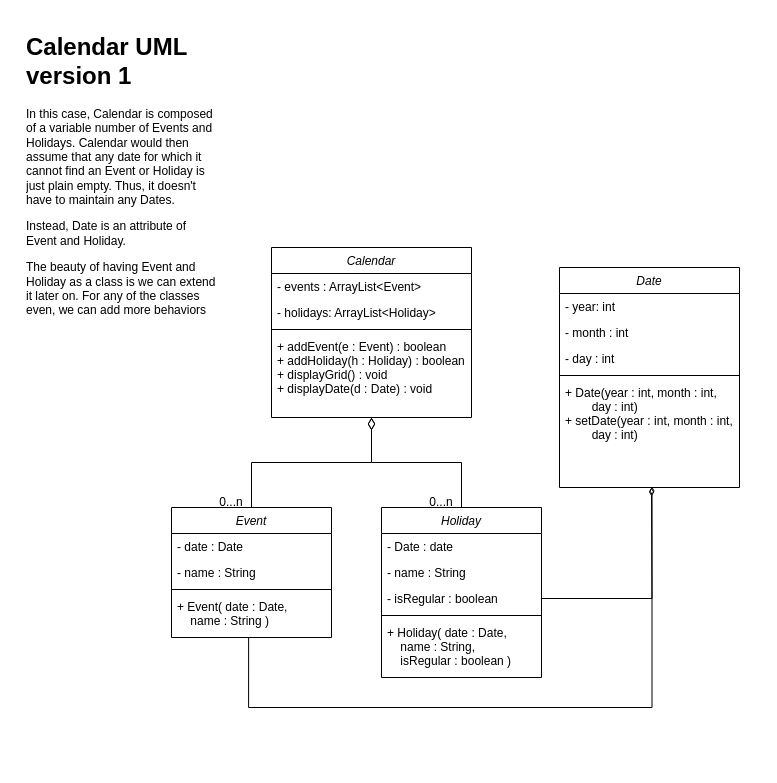
This is Calendar UML v1.drawio from arielampol/S12_Demo, a draw.io file, before an edit. Source tidied: cells renumbered, new cells numbered last; positions are measured from the earlier drawing's top-left corner, leaving out a move shared by most shapes. Both pictures are drawn from the tidied source at 100%, with x=0, y=0 at pixel (21, 27).
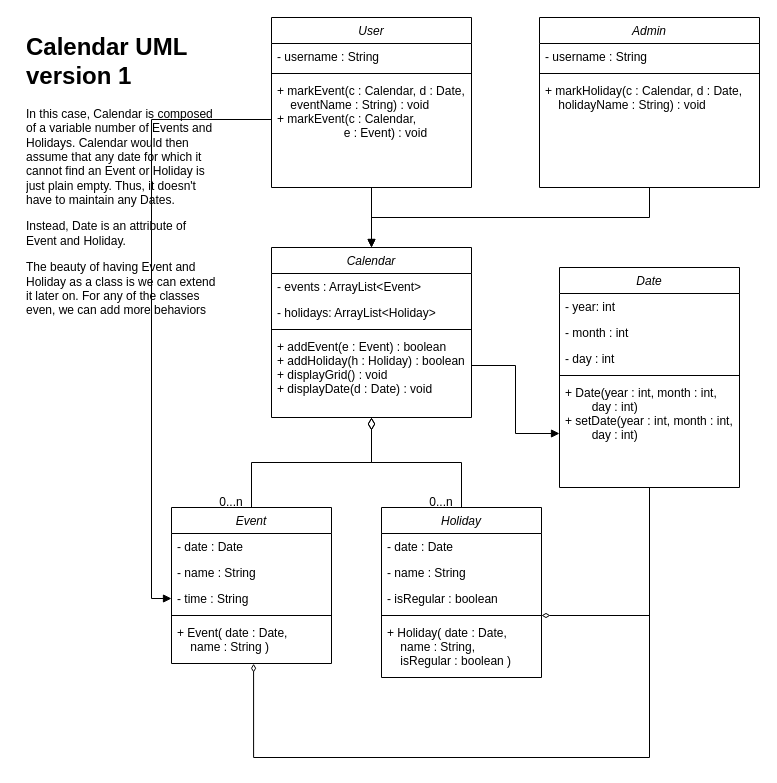
After the change.

The change refers to these unchanged cells:
```xml
<mxCell id="2" value="Calendar" style="swimlane;fontStyle=2;align=center;verticalAlign=top;horizontal=1;startSize=26;rounded=0;shadow=0;strokeWidth=1;" parent="1" vertex="1">
  <mxGeometry x="250" y="220" width="200" height="170" as="geometry" />
</mxCell>
<mxCell id="6" value="+ addEvent(e : Event) : boolean&#10;+ addHoliday(h : Holiday) : boolean&#10;+ displayGrid() : void&#10;+ displayDate(d : Date) : void" style="text;align=left;verticalAlign=top;spacingLeft=4;spacingRight=4;overflow=hidden;points=[[0,0.5],[1,0.5]];portConstraint=eastwest;" parent="2" vertex="1">
  <mxGeometry y="86" width="200" height="64" as="geometry" />
</mxCell>
<mxCell id="13" value="Holiday" style="swimlane;fontStyle=2;align=center;verticalAlign=top;horizontal=1;startSize=26;rounded=0;shadow=0;strokeWidth=1;" parent="1" vertex="1">
  <mxGeometry x="360" y="480" width="160" height="170" as="geometry" />
</mxCell>
<mxCell id="16" value="- isRegular : boolean" style="text;align=left;verticalAlign=top;spacingLeft=4;spacingRight=4;overflow=hidden;points=[[0,0.5],[1,0.5]];portConstraint=eastwest;rounded=0;shadow=0;html=0;" parent="13" vertex="1">
  <mxGeometry y="78" width="160" height="26" as="geometry" />
</mxCell>
<mxCell id="17" style="line;html=1;strokeWidth=1;align=left;verticalAlign=middle;spacingTop=-1;spacingLeft=3;spacingRight=3;labelPosition=right;points=[];portConstraint=eastwest;" parent="13" vertex="1">
  <mxGeometry y="104" width="160" height="8" as="geometry" />
</mxCell>
<mxCell id="20" value="Date" style="swimlane;fontStyle=2;align=center;verticalAlign=top;horizontal=1;startSize=26;rounded=0;shadow=0;strokeWidth=1;" parent="1" vertex="1">
  <mxGeometry x="538" y="240" width="180" height="220" as="geometry" />
</mxCell>
<mxCell id="25" value="+ Date(year : int, month : int,&#10;        day : int)&#10;+ setDate(year : int, month : int,&#10;        day : int)&#10;" style="text;align=left;verticalAlign=top;spacingLeft=4;spacingRight=4;overflow=hidden;points=[[0,0.5],[1,0.5]];portConstraint=eastwest;" parent="20" vertex="1">
  <mxGeometry y="112" width="180" height="108" as="geometry" />
</mxCell>
```

The edit, as a diff of the source:
```diff
@@
     <mxCell id="7" value="Event" style="swimlane;fontStyle=2;align=center;verticalAlign=top;horizontal=1;startSize=26;rounded=0;shadow=0;strokeWidth=1;" parent="1" vertex="1">
-      <mxGeometry x="150" y="480" width="160" height="130" as="geometry" />
+      <mxGeometry x="150" y="480" width="160" height="156" as="geometry" />
     </mxCell>
@@
+    <mxCell id="31" value="- time : String" style="text;align=left;verticalAlign=top;spacingLeft=4;spacingRight=4;overflow=hidden;points=[[0,0.5],[1,0.5]];portConstraint=eastwest;rounded=0;shadow=0;html=0;" parent="7" vertex="1">
+      <mxGeometry y="78" width="160" height="26" as="geometry" />
+    </mxCell>
     <mxCell id="10" style="line;html=1;strokeWidth=1;align=left;verticalAlign=middle;spacingTop=-1;spacingLeft=3;spacingRight=3;labelPosition=right;" parent="7" vertex="1">
-      <mxGeometry y="78" width="160" height="8" as="geometry" />
+      <mxGeometry y="104" width="160" height="8" as="geometry" />
     </mxCell>
     <mxCell id="11" value="+ Event( date : Date,&#10;    name : String )" style="text;align=left;verticalAlign=top;spacingLeft=4;spacingRight=4;overflow=hidden;points=[[0,0.5],[1,0.5]];portConstraint=eastwest;fontStyle=0;" parent="7" vertex="1">
-      <mxGeometry y="86" width="160" height="44" as="geometry" />
+      <mxGeometry y="112" width="160" height="44" as="geometry" />
     </mxCell>
@@
-    <mxCell id="14" value="- Date : date" style="text;align=left;verticalAlign=top;spacingLeft=4;spacingRight=4;overflow=hidden;" parent="13" vertex="1">
+    <mxCell id="14" value="- date : Date" style="text;align=left;verticalAlign=top;spacingLeft=4;spacingRight=4;overflow=hidden;" parent="13" vertex="1">
       <mxGeometry y="26" width="160" height="26" as="geometry" />
     </mxCell>
@@
+    <mxCell id="32" style="edgeStyle=orthogonalEdgeStyle;rounded=0;jettySize=auto;html=1;endArrow=diamondThin;endFill=0;" parent="1" edge="1" source="20" target="17">
+      <mxGeometry relative="1" as="geometry" />
+    </mxCell>
+    <mxCell id="33" style="edgeStyle=orthogonalEdgeStyle;rounded=0;jettySize=auto;html=1;entryX=0.513;entryY=1.005;entryDx=0;entryDy=0;entryPerimeter=0;endArrow=diamondThin;endFill=0;" parent="1" edge="1" source="20" target="11">
+      <mxGeometry relative="1" as="geometry">
+        <Array as="points">
+          <mxPoint x="628" y="730" />
+          <mxPoint x="232" y="730" />
+        </Array>
+      </mxGeometry>
+    </mxCell>
@@
-    <mxCell id="29" style="edgeStyle=orthogonalEdgeStyle;rounded=0;jettySize=auto;html=1;exitX=0.482;exitY=0.99;exitDx=0;exitDy=0;entryX=0.514;entryY=0.991;entryDx=0;entryDy=0;entryPerimeter=0;endArrow=diamondThin;endFill=0;exitPerimeter=0;" parent="1" edge="1" source="11" target="25">
-      <mxGeometry relative="1" as="geometry">
-        <Array as="points">
-          <mxPoint x="227" y="680" />
-          <mxPoint x="631" y="680" />
-        </Array>
-      </mxGeometry>
-    </mxCell>
-    <mxCell id="30" style="edgeStyle=orthogonalEdgeStyle;rounded=0;jettySize=auto;html=1;exitX=1;exitY=0.5;exitDx=0;exitDy=0;endArrow=diamondThin;endFill=0;startSize=11;" parent="1" edge="1" source="16">
-      <mxGeometry relative="1" as="geometry">
-        <mxPoint x="630" y="460" as="targetPoint" />
-      </mxGeometry>
-    </mxCell>
+    <mxCell id="34" style="edgeStyle=orthogonalEdgeStyle;rounded=0;jettySize=auto;html=1;endArrow=block;endFill=1;" parent="1" edge="1" source="35" target="2">
+      <mxGeometry relative="1" as="geometry" />
+    </mxCell>
+    <mxCell id="35" value="User" style="swimlane;fontStyle=2;align=center;verticalAlign=top;horizontal=1;startSize=26;rounded=0;shadow=0;strokeWidth=1;" parent="1" vertex="1">
+      <mxGeometry x="250" y="-10" width="200" height="170" as="geometry" />
+    </mxCell>
+    <mxCell id="36" value="- username : String" style="text;align=left;verticalAlign=top;spacingLeft=4;spacingRight=4;overflow=hidden;" parent="35" vertex="1">
+      <mxGeometry y="26" width="200" height="26" as="geometry" />
+    </mxCell>
+    <mxCell id="37" style="line;html=1;strokeWidth=1;align=left;verticalAlign=middle;spacingTop=-1;spacingLeft=3;spacingRight=3;labelPosition=right;" parent="35" vertex="1">
+      <mxGeometry y="52" width="200" height="8" as="geometry" />
+    </mxCell>
+    <mxCell id="38" value="+ markEvent(c : Calendar, d : Date,&#10;    eventName : String) : void&#10;+ markEvent(c : Calendar,&#10;                    e : Event) : void" style="text;align=left;verticalAlign=top;spacingLeft=4;spacingRight=4;overflow=hidden;points=[[0,0.5],[1,0.5]];portConstraint=eastwest;" parent="35" vertex="1">
+      <mxGeometry y="60" width="200" height="84" as="geometry" />
+    </mxCell>
+    <mxCell id="39" style="edgeStyle=orthogonalEdgeStyle;rounded=0;jettySize=auto;html=1;exitX=0.5;exitY=1;exitDx=0;exitDy=0;entryX=0.5;entryY=0;entryDx=0;entryDy=0;endArrow=block;endFill=1;" parent="1" edge="1" source="40" target="2">
+      <mxGeometry relative="1" as="geometry" />
+    </mxCell>
+    <mxCell id="40" value="Admin" style="swimlane;fontStyle=2;align=center;verticalAlign=top;horizontal=1;startSize=26;rounded=0;shadow=0;strokeWidth=1;" parent="1" vertex="1">
+      <mxGeometry x="518" y="-10" width="220" height="170" as="geometry" />
+    </mxCell>
+    <mxCell id="41" value="- username : String" style="text;align=left;verticalAlign=top;spacingLeft=4;spacingRight=4;overflow=hidden;" parent="40" vertex="1">
+      <mxGeometry y="26" width="220" height="26" as="geometry" />
+    </mxCell>
+    <mxCell id="42" style="line;html=1;strokeWidth=1;align=left;verticalAlign=middle;spacingTop=-1;spacingLeft=3;spacingRight=3;labelPosition=right;" parent="40" vertex="1">
+      <mxGeometry y="52" width="220" height="8" as="geometry" />
+    </mxCell>
+    <mxCell id="43" value="+ markHoliday(c : Calendar, d : Date,&#10;    holidayName : String) : void" style="text;align=left;verticalAlign=top;spacingLeft=4;spacingRight=4;overflow=hidden;" parent="40" vertex="1">
+      <mxGeometry y="60" width="220" height="80" as="geometry" />
+    </mxCell>
+    <mxCell id="44" style="edgeStyle=orthogonalEdgeStyle;rounded=0;jettySize=auto;html=1;endArrow=block;endFill=1;" parent="1" edge="1" source="6" target="25">
+      <mxGeometry relative="1" as="geometry" />
+    </mxCell>
+    <mxCell id="45" style="edgeStyle=orthogonalEdgeStyle;rounded=0;jettySize=auto;html=1;entryX=0;entryY=0.5;entryDx=0;entryDy=0;endArrow=block;endFill=1;" parent="1" edge="1" source="38" target="31">
+      <mxGeometry relative="1" as="geometry" />
+    </mxCell>
```
